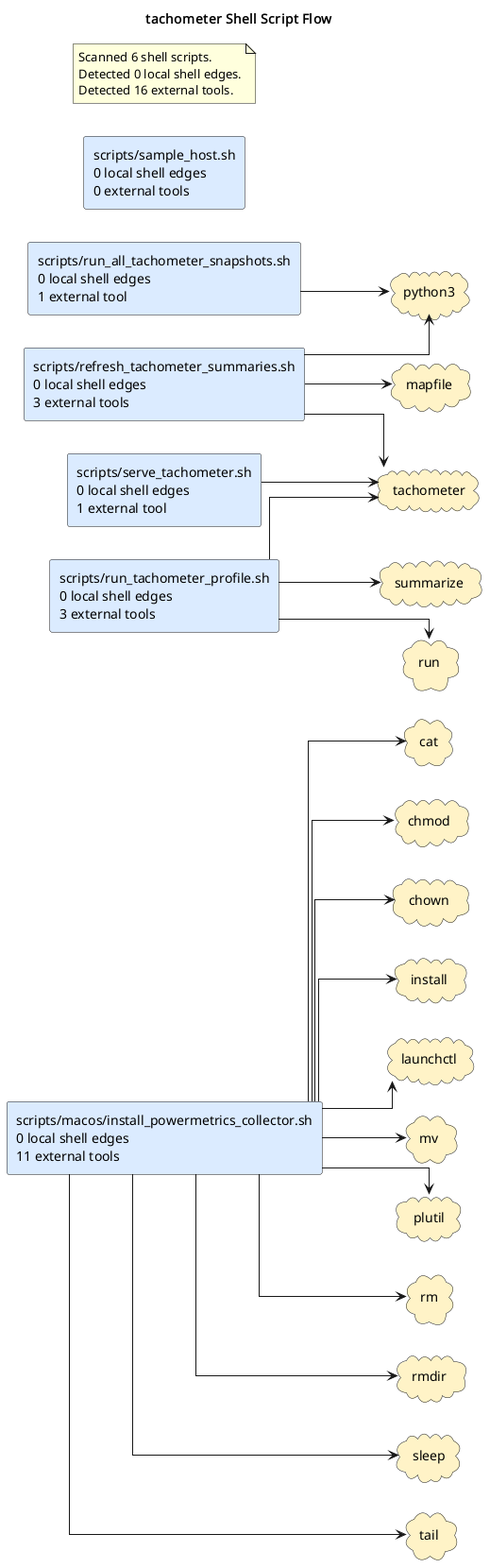
Before: docs/diagrams/shell-call-graph.puml.png, a diagram exported from PlantUML (casonk/tachometer).
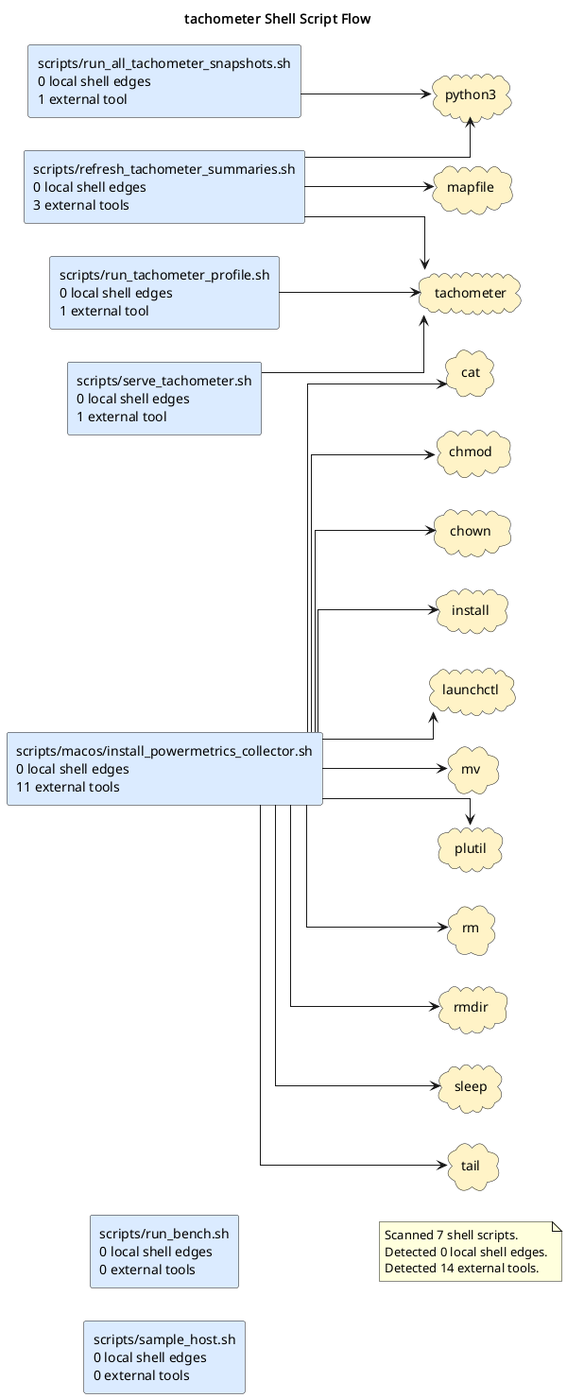
After the commit.

What changed in the source:
```diff
@@ -8,7 +8,8 @@
 rectangle "scripts/macos/install_powermetrics_collector.sh\n0 local shell edges\n11 external tools" as shell_scripts_macos_install_powermetrics_collector_sh #DBEAFE
 rectangle "scripts/refresh_tachometer_summaries.sh\n0 local shell edges\n3 external tools" as shell_scripts_refresh_tachometer_summaries_sh #DBEAFE
 rectangle "scripts/run_all_tachometer_snapshots.sh\n0 local shell edges\n1 external tool" as shell_scripts_run_all_tachometer_snapshots_sh #DBEAFE
-rectangle "scripts/run_tachometer_profile.sh\n0 local shell edges\n3 external tools" as shell_scripts_run_tachometer_profile_sh #DBEAFE
+rectangle "scripts/run_bench.sh\n0 local shell edges\n0 external tools" as shell_scripts_run_bench_sh #DBEAFE
+rectangle "scripts/run_tachometer_profile.sh\n0 local shell edges\n1 external tool" as shell_scripts_run_tachometer_profile_sh #DBEAFE
 rectangle "scripts/sample_host.sh\n0 local shell edges\n0 external tools" as shell_scripts_sample_host_sh #DBEAFE
 rectangle "scripts/serve_tachometer.sh\n0 local shell edges\n1 external tool" as shell_scripts_serve_tachometer_sh #DBEAFE
 cloud "cat" as tool_cat #FEF3C7
@@ -22,9 +23,7 @@
 cloud "python3" as tool_python3 #FEF3C7
 cloud "rm" as tool_rm #FEF3C7
 cloud "rmdir" as tool_rmdir #FEF3C7
-cloud "run" as tool_run #FEF3C7
 cloud "sleep" as tool_sleep #FEF3C7
-cloud "summarize" as tool_summarize #FEF3C7
 cloud "tachometer" as tool_tachometer #FEF3C7
 cloud "tail" as tool_tail #FEF3C7
 shell_scripts_macos_install_powermetrics_collector_sh --> tool_cat
@@ -42,13 +41,11 @@
 shell_scripts_refresh_tachometer_summaries_sh --> tool_python3
 shell_scripts_refresh_tachometer_summaries_sh --> tool_tachometer
 shell_scripts_run_all_tachometer_snapshots_sh --> tool_python3
-shell_scripts_run_tachometer_profile_sh --> tool_run
-shell_scripts_run_tachometer_profile_sh --> tool_summarize
 shell_scripts_run_tachometer_profile_sh --> tool_tachometer
 shell_scripts_serve_tachometer_sh --> tool_tachometer
 note as shellGraphSummary
-Scanned 6 shell scripts.
+Scanned 7 shell scripts.
 Detected 0 local shell edges.
-Detected 16 external tools.
+Detected 14 external tools.
 end note
 @enduml
```
